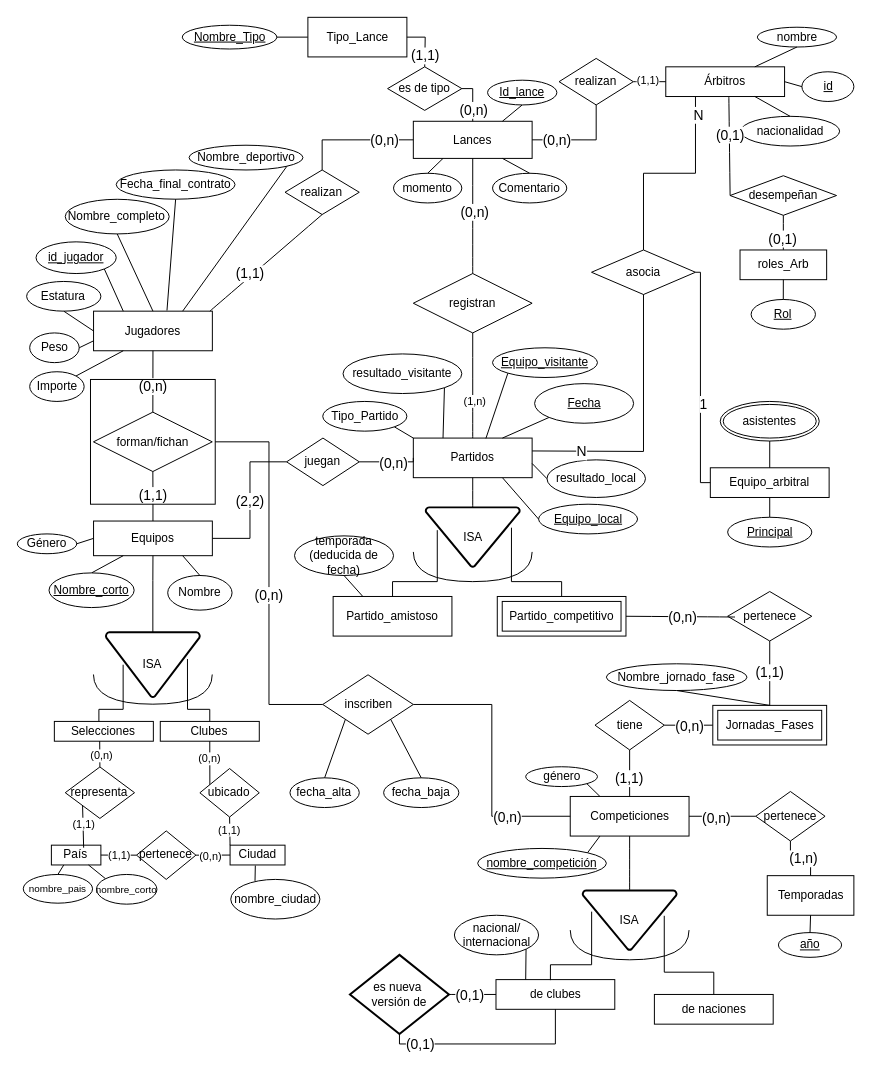
Earlier version of the draw.io diagram page "Page-1" (1 of 2) of BBDD/Diagrama E-R.drawio (aloantony/TrabajosEnGrupoGII-DalilaTony). Source tidied: cells renumbered, new cells numbered last; positions are measured from the earlier drawing's top-left corner, leaving out a move shared by most shapes. Both pictures are drawn from the tidied source at 99%, with x=0, y=0 at pixel (17, 17).
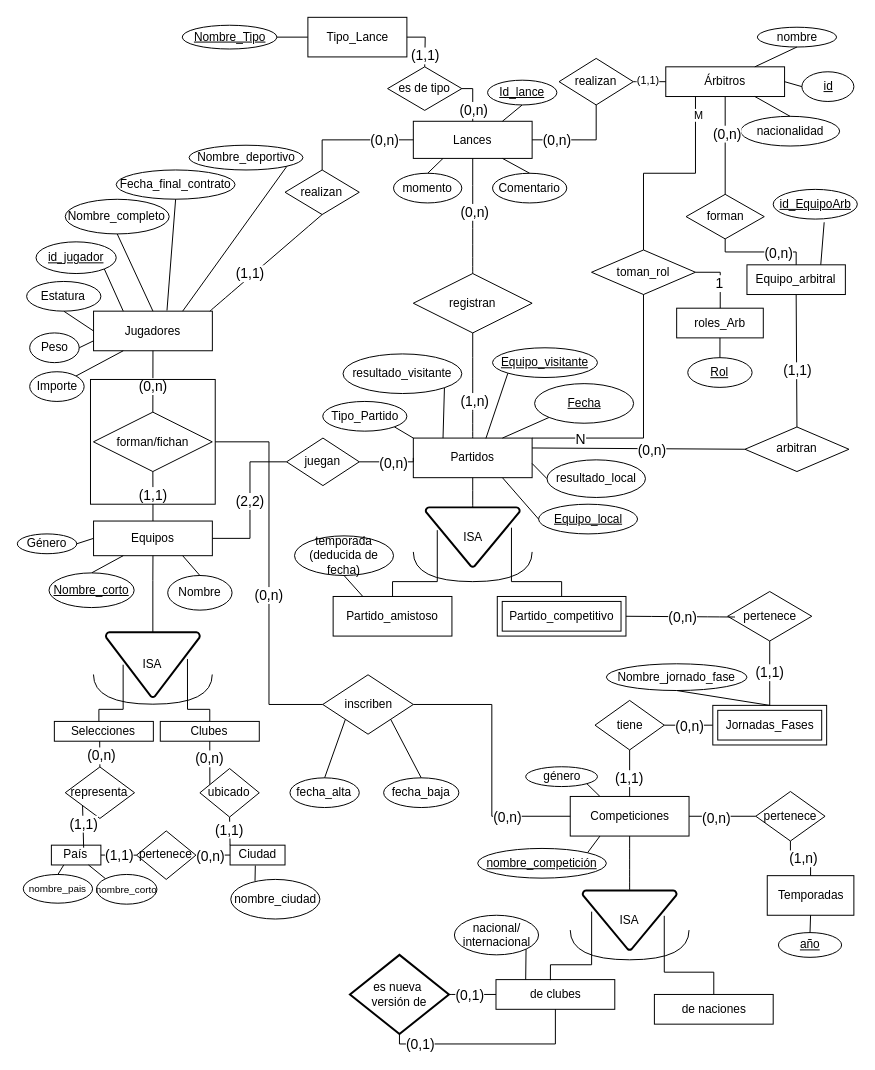
The same diagram, later.

The change refers to these unchanged cells:
```xml
<mxCell id="2" value="Partidos" style="rounded=0;whiteSpace=wrap;html=1;" parent="1" vertex="1">
  <mxGeometry x="400" y="425" width="120" height="40" as="geometry" />
</mxCell>
<mxCell id="7" value="Árbitros" style="rounded=0;whiteSpace=wrap;html=1;" parent="1" vertex="1">
  <mxGeometry x="655" y="50" width="120" height="30" as="geometry" />
</mxCell>
<mxCell id="58" style="endArrow=none;html=1;rounded=0;fontSize=12;startSize=8;endSize=8;entryX=0.25;entryY=1;entryDx=0;entryDy=0;exitX=0.5;exitY=0;exitDx=0;exitDy=0;edgeStyle=orthogonalEdgeStyle;" parent="1" edge="1" source="30" target="7">
  <mxGeometry relative="1" as="geometry" />
</mxCell>
<mxCell id="97" style="endArrow=none;html=1;rounded=0;fontSize=12;startSize=8;endSize=8;curved=1;exitX=0.5;exitY=0;exitDx=0;exitDy=0;entryX=0.5;entryY=1;entryDx=0;entryDy=0;" parent="1" edge="1" source="2" target="45">
  <mxGeometry relative="1" as="geometry" />
</mxCell>
<mxCell id="124" style="endArrow=none;html=1;rounded=0;exitX=0.5;exitY=0;exitDx=0;exitDy=0;entryX=0.458;entryY=0.993;entryDx=0;entryDy=0;entryPerimeter=0;" parent="1" edge="1" source="166" target="49">
  <mxGeometry relative="1" as="geometry" />
</mxCell>
<mxCell id="126" style="endArrow=none;html=1;rounded=0;entryX=0.5;entryY=1;entryDx=0;entryDy=0;exitX=0.168;exitY=0.398;exitDx=0;exitDy=0;exitPerimeter=0;" parent="1" edge="1" source="163" target="50">
  <mxGeometry relative="1" as="geometry" />
</mxCell>
<mxCell id="159" style="endArrow=none;html=1;rounded=0;entryX=1;entryY=0.5;entryDx=0;entryDy=0;exitX=0;exitY=0.5;exitDx=0;exitDy=0;" parent="1" edge="1" source="158" target="153">
  <mxGeometry relative="1" as="geometry" />
</mxCell>
<mxCell id="161" style="endArrow=none;html=1;rounded=0;entryX=1;entryY=0.5;entryDx=0;entryDy=0;exitX=0;exitY=0.5;exitDx=0;exitDy=0;" parent="1" edge="1" source="154" target="158">
  <mxGeometry relative="1" as="geometry" />
</mxCell>
<mxCell id="164" style="endArrow=none;html=1;rounded=0;entryX=0.5;entryY=1;entryDx=0;entryDy=0;exitX=0;exitY=0;exitDx=0;exitDy=0;" parent="1" edge="1" source="154" target="163">
  <mxGeometry relative="1" as="geometry" />
</mxCell>
<mxCell id="167" style="endArrow=none;html=1;rounded=0;exitX=0.652;exitY=0.128;exitDx=0;exitDy=0;entryX=0;entryY=1;entryDx=0;entryDy=0;exitPerimeter=0;" parent="1" edge="1" source="153" target="166">
  <mxGeometry relative="1" as="geometry" />
</mxCell>
```

What changed in the source:
```diff
@@
     <mxCell id="8" value="Equipo_arbitral" style="rounded=0;whiteSpace=wrap;html=1;" parent="1" vertex="1">
-      <mxGeometry x="700" y="455" width="120" height="30" as="geometry" />
+      <mxGeometry x="737" y="250" width="99.4" height="30" as="geometry" />
     </mxCell>
@@
-    <mxCell id="30" value="asocia" style="shape=rhombus;perimeter=rhombusPerimeter;whiteSpace=wrap;html=1;align=center;" parent="1" vertex="1">
+    <mxCell id="30" value="toman_rol" style="shape=rhombus;perimeter=rhombusPerimeter;whiteSpace=wrap;html=1;align=center;" parent="1" vertex="1">
       <mxGeometry x="580" y="235" width="105" height="45" as="geometry" />
     </mxCell>
@@
-    <mxCell id="32" value="asistentes" style="ellipse;shape=doubleEllipse;margin=3;whiteSpace=wrap;html=1;align=center;" parent="1" vertex="1">
-      <mxGeometry x="710" y="388" width="100" height="40" as="geometry" />
-    </mxCell>
     <mxCell id="33" value="roles_Arb" style="whiteSpace=wrap;html=1;align=center;" parent="1" vertex="1">
-      <mxGeometry x="730" y="235" width="87.5" height="30" as="geometry" />
+      <mxGeometry x="666" y="293.8" width="87.5" height="30" as="geometry" />
     </mxCell>
     <mxCell id="34" value="Rol" style="ellipse;whiteSpace=wrap;html=1;align=center;fontStyle=4;" parent="1" vertex="1">
-      <mxGeometry x="741.2" y="285" width="65" height="30" as="geometry" />
+      <mxGeometry x="677.2" y="343.8" width="65" height="30" as="geometry" />
     </mxCell>
@@
-    <mxCell id="36" value="desempeñan" style="shape=rhombus;perimeter=rhombusPerimeter;whiteSpace=wrap;html=1;align=center;" parent="1" vertex="1">
-      <mxGeometry x="720" y="160" width="107.5" height="40" as="geometry" />
-    </mxCell>
@@
-    <mxCell id="54" style="endArrow=none;html=1;rounded=0;fontSize=12;startSize=8;endSize=8;curved=1;entryX=0.5;entryY=1;entryDx=0;entryDy=0;exitX=0.5;exitY=0;exitDx=0;exitDy=0;" parent="1" edge="1" source="33" target="36">
-      <mxGeometry relative="1" as="geometry" />
-    </mxCell>
-    <mxCell id="55" value="&lt;font style=&quot;font-size: 14px;&quot;&gt;(0,1)&lt;/font&gt;" style="edgeLabel;html=1;align=center;verticalAlign=middle;" parent="54" vertex="1">
-      <mxGeometry x="-0.32" y="1" relative="1" as="geometry" />
-    </mxCell>
-    <mxCell id="56" style="endArrow=none;html=1;rounded=0;fontSize=12;startSize=8;endSize=8;curved=1;entryX=0;entryY=0.5;entryDx=0;entryDy=0;exitX=0.531;exitY=1.022;exitDx=0;exitDy=0;exitPerimeter=0;" parent="1" edge="1" source="7" target="36">
-      <mxGeometry relative="1" as="geometry" />
-    </mxCell>
-    <mxCell id="57" value="&lt;font style=&quot;font-size: 14px;&quot;&gt;(0,1)&lt;/font&gt;" style="edgeLabel;html=1;align=center;verticalAlign=middle;" parent="56" vertex="1">
-      <mxGeometry x="-0.23" relative="1" as="geometry" />
-    </mxCell>
@@
-    <mxCell id="59" value="&lt;font style=&quot;font-size: 14px;&quot;&gt;N&lt;/font&gt;" style="edgeLabel;html=1;align=center;verticalAlign=middle;" parent="58" vertex="1">
+    <mxCell id="59" value="M" style="edgeLabel;html=1;align=center;verticalAlign=middle;" parent="58" vertex="1">
       <mxGeometry x="0.66" relative="1" as="geometry">
         <mxPoint x="2" y="-17" as="offset" />
       </mxGeometry>
     </mxCell>
-    <mxCell id="60" style="endArrow=none;html=1;rounded=0;fontSize=12;startSize=8;endSize=8;entryX=1;entryY=0.5;entryDx=0;entryDy=0;exitX=0;exitY=0.5;exitDx=0;exitDy=0;edgeStyle=orthogonalEdgeStyle;" parent="1" edge="1" source="8" target="30">
-      <mxGeometry relative="1" as="geometry">
-        <Array as="points">
-          <mxPoint x="690" y="470" />
-          <mxPoint x="690" y="258" />
-        </Array>
-      </mxGeometry>
-    </mxCell>
-    <mxCell id="61" value="&lt;font style=&quot;font-size: 14px;&quot;&gt;1&lt;/font&gt;" style="edgeLabel;html=1;align=center;verticalAlign=middle;" parent="60" vertex="1">
-      <mxGeometry x="-0.21" y="-2" relative="1" as="geometry" />
-    </mxCell>
@@
-    <mxCell id="98" value="(1,n)" style="edgeLabel;html=1;align=center;verticalAlign=middle;" parent="97" vertex="1">
+    <mxCell id="98" value="&lt;font style=&quot;font-size: 14px;&quot;&gt;(1,n)&lt;/font&gt;" style="edgeLabel;html=1;align=center;verticalAlign=middle;" parent="97" vertex="1">
       <mxGeometry x="-0.29" y="-1" relative="1" as="geometry" />
     </mxCell>
-    <mxCell id="99" style="endArrow=none;html=1;rounded=0;fontSize=12;startSize=8;endSize=8;exitX=1;exitY=0.5;exitDx=0;exitDy=0;edgeStyle=orthogonalEdgeStyle;entryX=0.5;entryY=1;entryDx=0;entryDy=0;" parent="1" edge="1" target="30">
+    <mxCell id="99" style="endArrow=none;html=1;rounded=0;fontSize=12;startSize=8;endSize=8;exitX=1;exitY=0;exitDx=0;exitDy=0;edgeStyle=orthogonalEdgeStyle;entryX=0.5;entryY=1;entryDx=0;entryDy=0;" parent="1" edge="1" source="2" target="30">
       <mxGeometry relative="1" as="geometry">
-        <mxPoint x="520" y="438" as="sourcePoint" />
+        <Array as="points">
+          <mxPoint x="633" y="425" />
+        </Array>
       </mxGeometry>
     </mxCell>
@@
-    <mxCell id="109" style="endArrow=none;html=1;rounded=0;entryX=0.5;entryY=1;entryDx=0;entryDy=0;exitX=0.5;exitY=0;exitDx=0;exitDy=0;" parent="1" edge="1" source="8" target="32">
-      <mxGeometry relative="1" as="geometry" />
-    </mxCell>
-    <mxCell id="110" style="endArrow=none;html=1;rounded=0;entryX=0.5;entryY=1;entryDx=0;entryDy=0;exitX=0.5;exitY=0;exitDx=0;exitDy=0;" parent="1" edge="1" source="148" target="8">
+    <mxCell id="110" style="endArrow=none;html=1;rounded=0;entryX=0.75;entryY=0;entryDx=0;entryDy=0;exitX=0.606;exitY=1.108;exitDx=0;exitDy=0;exitPerimeter=0;" parent="1" edge="1" source="148" target="8">
       <mxGeometry relative="1" as="geometry" />
     </mxCell>
@@
-    <mxCell id="125" value="(0,n)" style="edgeLabel;html=1;align=center;verticalAlign=middle;" parent="124" vertex="1">
+    <mxCell id="125" value="&lt;font style=&quot;font-size: 14px;&quot;&gt;(0,n)&lt;/font&gt;" style="edgeLabel;html=1;align=center;verticalAlign=middle;" parent="124" vertex="1">
       <mxGeometry x="-0.09" y="-1" relative="1" as="geometry" />
     </mxCell>
@@
-    <mxCell id="127" value="(0,n)" style="edgeLabel;html=1;align=center;verticalAlign=middle;" parent="126" vertex="1">
+    <mxCell id="127" value="&lt;font style=&quot;font-size: 14px;&quot;&gt;(0,n)&lt;/font&gt;" style="edgeLabel;html=1;align=center;verticalAlign=middle;" parent="126" vertex="1">
       <mxGeometry x="0.27" y="1" relative="1" as="geometry" />
     </mxCell>
@@
-    <mxCell id="148" value="Principal" style="ellipse;whiteSpace=wrap;html=1;align=center;fontStyle=4;" parent="1" vertex="1">
-      <mxGeometry x="717.5" y="505" width="85" height="30" as="geometry" />
+    <mxCell id="148" value="id_EquipoArb" style="ellipse;whiteSpace=wrap;html=1;align=center;fontStyle=4;" parent="1" vertex="1">
+      <mxGeometry x="763.5" y="173.8" width="85" height="30" as="geometry" />
     </mxCell>
@@
-    <mxCell id="160" value="(1,1)" style="edgeLabel;html=1;align=center;verticalAlign=middle;" parent="159" vertex="1">
+    <mxCell id="160" value="&lt;font style=&quot;font-size: 14px;&quot;&gt;(1,1)&lt;/font&gt;" style="edgeLabel;html=1;align=center;verticalAlign=middle;" parent="159" vertex="1">
       <mxGeometry relative="1" as="geometry" />
     </mxCell>
@@
-    <mxCell id="162" value="(0,n)" style="edgeLabel;html=1;align=center;verticalAlign=middle;" parent="161" vertex="1">
+    <mxCell id="162" value="&lt;font style=&quot;font-size: 14px;&quot;&gt;(0,n)&lt;/font&gt;" style="edgeLabel;html=1;align=center;verticalAlign=middle;" parent="161" vertex="1">
       <mxGeometry x="0.17" y="1" relative="1" as="geometry" />
     </mxCell>
@@
-    <mxCell id="165" value="(1,1)" style="edgeLabel;html=1;align=center;verticalAlign=middle;" parent="164" vertex="1">
+    <mxCell id="165" value="&lt;font style=&quot;font-size: 14px;&quot;&gt;(1,1)&lt;/font&gt;" style="edgeLabel;html=1;align=center;verticalAlign=middle;" parent="164" vertex="1">
       <mxGeometry x="0.14" y="1" relative="1" as="geometry" />
     </mxCell>
@@
-    <mxCell id="168" value="(1,1)" style="edgeLabel;html=1;align=center;verticalAlign=middle;" parent="167" vertex="1">
+    <mxCell id="168" value="&lt;font style=&quot;font-size: 14px;&quot;&gt;(1,1)&lt;/font&gt;" style="edgeLabel;html=1;align=center;verticalAlign=middle;" parent="167" vertex="1">
       <mxGeometry x="0.14" relative="1" as="geometry" />
     </mxCell>
@@
+    <mxCell id="193" value="arbitran" style="shape=rhombus;perimeter=rhombusPerimeter;whiteSpace=wrap;html=1;align=center;" parent="1" vertex="1">
+      <mxGeometry x="735" y="413.8" width="105" height="45" as="geometry" />
+    </mxCell>
+    <mxCell id="194" style="endArrow=none;html=1;rounded=0;entryX=0.5;entryY=0;entryDx=0;entryDy=0;exitX=0.5;exitY=1;exitDx=0;exitDy=0;" parent="1" edge="1" source="8" target="193">
+      <mxGeometry relative="1" as="geometry" />
+    </mxCell>
+    <mxCell id="195" value="&lt;font style=&quot;font-size: 14px;&quot;&gt;(1,1)&lt;/font&gt;" style="edgeLabel;html=1;align=center;verticalAlign=middle;" parent="194" vertex="1">
+      <mxGeometry x="0.15" relative="1" as="geometry" />
+    </mxCell>
+    <mxCell id="196" style="endArrow=none;html=1;rounded=0;entryX=0;entryY=0.5;entryDx=0;entryDy=0;exitX=1;exitY=0.25;exitDx=0;exitDy=0;" parent="1" edge="1" source="2" target="193">
+      <mxGeometry relative="1" as="geometry" />
+    </mxCell>
+    <mxCell id="197" value="&lt;font style=&quot;font-size: 14px;&quot;&gt;(0,n)&lt;/font&gt;" style="edgeLabel;html=1;align=center;verticalAlign=middle;" parent="196" vertex="1">
+      <mxGeometry x="0.13" y="-2" relative="1" as="geometry" />
+    </mxCell>
+    <mxCell id="198" style="endArrow=none;html=1;rounded=0;exitX=1;exitY=0.5;exitDx=0;exitDy=0;entryX=0.5;entryY=0;entryDx=0;entryDy=0;edgeStyle=elbowEdgeStyle;" parent="1" edge="1" source="30" target="33">
+      <mxGeometry relative="1" as="geometry">
+        <Array as="points">
+          <mxPoint x="710" y="274" />
+        </Array>
+      </mxGeometry>
+    </mxCell>
+    <mxCell id="61" value="&lt;font style=&quot;font-size: 14px;&quot;&gt;1&lt;/font&gt;" style="edgeLabel;html=1;align=center;verticalAlign=middle;" parent="198" vertex="1">
+      <mxGeometry x="0.18" y="-2" relative="1" as="geometry" />
+    </mxCell>
+    <mxCell id="199" value="forman" style="shape=rhombus;perimeter=rhombusPerimeter;whiteSpace=wrap;html=1;align=center;" parent="1" vertex="1">
+      <mxGeometry x="675.5" y="178.8" width="79" height="45" as="geometry" />
+    </mxCell>
+    <mxCell id="200" style="endArrow=none;html=1;rounded=0;entryX=0.5;entryY=1;entryDx=0;entryDy=0;exitX=0.5;exitY=0;exitDx=0;exitDy=0;edgeStyle=elbowEdgeStyle;elbow=vertical;" parent="1" edge="1" source="8" target="199">
+      <mxGeometry relative="1" as="geometry" />
+    </mxCell>
+    <mxCell id="201" value="&lt;font style=&quot;font-size: 14px;&quot;&gt;(0,n)&lt;/font&gt;" style="edgeLabel;html=1;align=center;verticalAlign=middle;" parent="200" vertex="1">
+      <mxGeometry x="-0.37" y="1" relative="1" as="geometry" />
+    </mxCell>
+    <mxCell id="202" style="endArrow=none;html=1;rounded=0;entryX=0.5;entryY=1;entryDx=0;entryDy=0;exitX=0.5;exitY=0;exitDx=0;exitDy=0;" parent="1" edge="1" source="199" target="7">
+      <mxGeometry relative="1" as="geometry" />
+    </mxCell>
+    <mxCell id="203" value="&lt;font style=&quot;font-size: 14px;&quot;&gt;(0,n)&lt;/font&gt;" style="edgeLabel;html=1;align=center;verticalAlign=middle;" parent="202" vertex="1">
+      <mxGeometry x="0.23" y="-1" relative="1" as="geometry" />
+    </mxCell>
```
